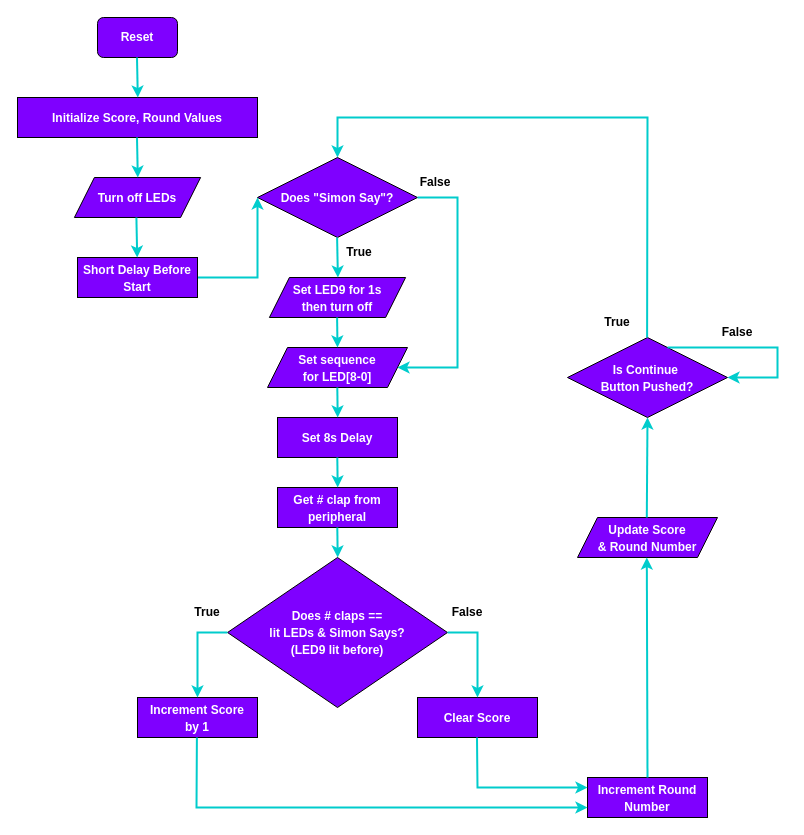
The draw.io diagram page "Page-6" (6 of 6) of CS1301/Untitled Diagram.drawio in printjoshhere/CS1301, before the edit. Source tidied: cells renumbered, new cells numbered last; positions are measured from the earlier drawing's top-left corner, leaving out a move shared by most shapes. Both pictures are drawn from the tidied source at 100%, with x=0, y=0 at pixel (17, 17).
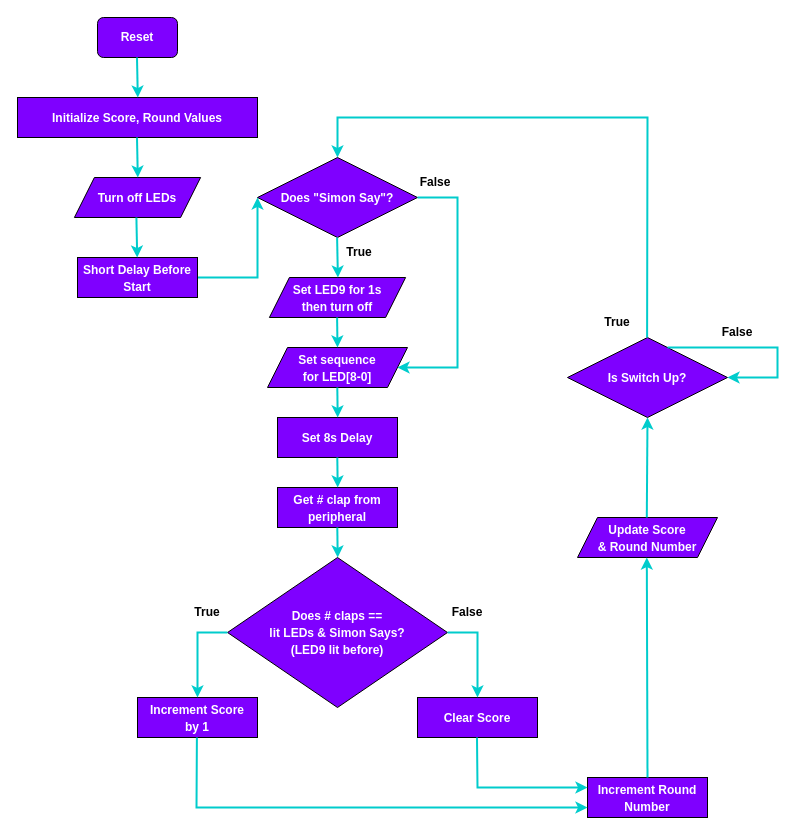
The same diagram, later.

What changed in the source:
```diff
@@
-    <mxCell id="23" value="&lt;span style=&quot;font-size: 12px;&quot;&gt;&lt;b style=&quot;&quot;&gt;Is Continue&amp;nbsp;&lt;br&gt;Button Pushed?&lt;br&gt;&lt;/b&gt;&lt;/span&gt;" style="rhombus;whiteSpace=wrap;html=1;labelBackgroundColor=#7F00FF;fontSize=14;fontColor=#FFFFFF;fillColor=#7F00FF;" parent="1" vertex="1">
+    <mxCell id="23" value="&lt;span style=&quot;font-size: 12px;&quot;&gt;&lt;b style=&quot;&quot;&gt;Is Switch Up?&lt;br&gt;&lt;/b&gt;&lt;/span&gt;" style="rhombus;whiteSpace=wrap;html=1;labelBackgroundColor=#7F00FF;fontSize=14;fontColor=#FFFFFF;fillColor=#7F00FF;" parent="1" vertex="1">
       <mxGeometry x="550" y="320" width="160" height="80" as="geometry" />
     </mxCell>
```
